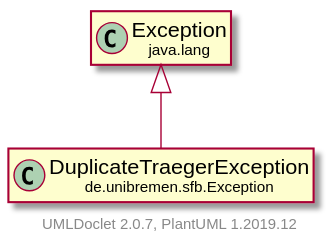
Earlier version of the PlantUML export doc/UML/modulsichtSVG/DuplicateTraegerException.svg (fkehlenb/softwareprojekt-2). Its diagram source:
```plantuml
@startuml
    set namespaceSeparator none
    hide empty fields
    hide empty methods

    class "<size:14>DuplicateTraegerException\n<size:10>de.unibremen.sfb.Exception" as de.unibremen.sfb.Exception.DuplicateTraegerException [[DuplicateTraegerException.html]]

    class "<size:14>Exception\n<size:10>java.lang" as java.lang.Exception [[https://docs.oracle.com/en/java/javase/11/docs/api/java.base/java/lang/Exception.html?is-external=true]]

    java.lang.Exception <|-- de.unibremen.sfb.Exception.DuplicateTraegerException

    center footer UMLDoclet 2.0.7, PlantUML 1.2019.12
@enduml
```
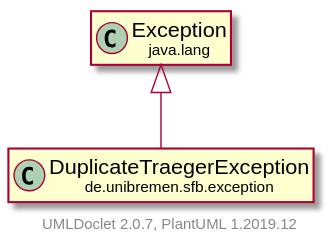
Later version of the same file.

The edit, as a diff of the source:
```diff
@@ -3,11 +3,11 @@
     hide empty fields
     hide empty methods
 
-    class "<size:14>DuplicateTraegerException\n<size:10>de.unibremen.sfb.Exception" as de.unibremen.sfb.Exception.DuplicateTraegerException [[DuplicateTraegerException.html]]
+    class "<size:14>DuplicateTraegerException\n<size:10>de.unibremen.sfb.exception" as de.unibremen.sfb.exception.DuplicateTraegerException [[DuplicateTraegerException.html]]
 
-    class "<size:14>Exception\n<size:10>java.lang" as java.lang.Exception [[https://docs.oracle.com/en/java/javase/11/docs/api/java.base/java/lang/Exception.html?is-external=true]]
+    class "<size:14>exception\n<size:10>java.lang" as java.lang.exception [[https://docs.oracle.com/en/java/javase/11/docs/api/java.base/java/lang/Exception.html?is-external=true]]
 
-    java.lang.Exception <|-- de.unibremen.sfb.Exception.DuplicateTraegerException
+    java.lang.exception <|-- de.unibremen.sfb.exception.DuplicateTraegerException
 
     center footer UMLDoclet 2.0.7, PlantUML 1.2019.12
 @enduml
```
